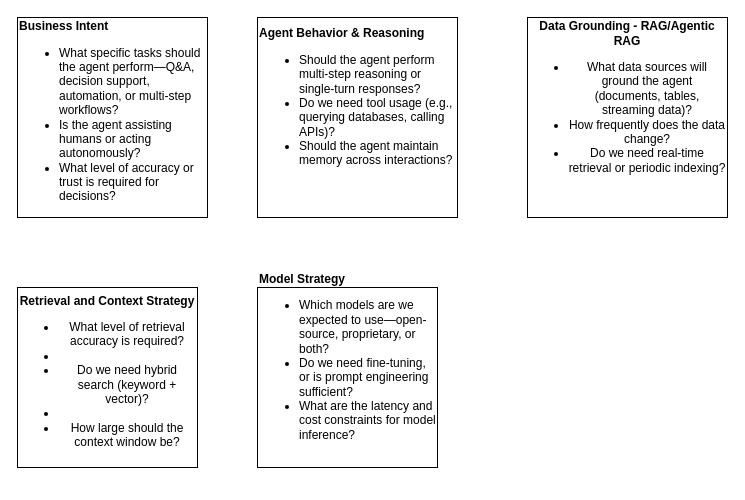
Earlier version of the draw.io diagram Archwb.drawio (balakreshnan/drawioarch). Source tidied: cells renumbered, new cells numbered last; positions are measured from the earlier drawing's top-left corner, leaving out a move shared by most shapes. Both pictures are drawn from the tidied source at 100%, with x=0, y=0 at pixel (17, 17).
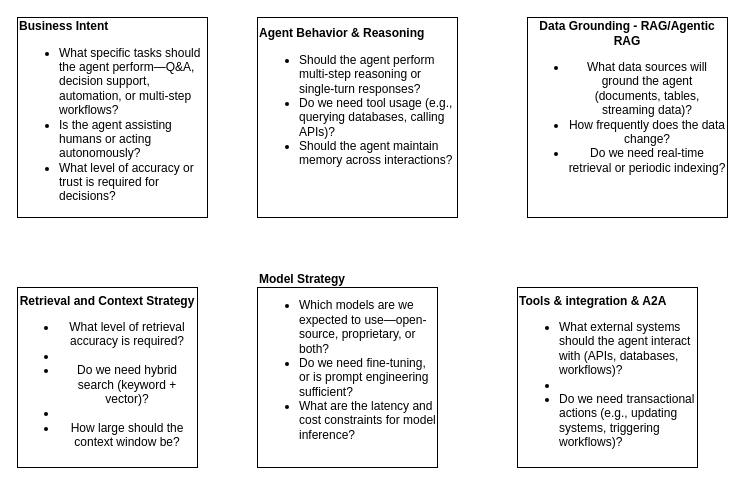
The same page after the edit.

The edit, as a diff of the source:
```diff
@@
 <mxGraphModel>
   <root>
     <mxCell id="0" />
     <mxCell id="1" parent="0" />
     <mxCell id="2" value="&lt;div style=&quot;&quot;&gt;&lt;span style=&quot;background-color: transparent; color: light-dark(rgb(0, 0, 0), rgb(255, 255, 255));&quot;&gt;&lt;b&gt;Business Intent&lt;/b&gt;&lt;/span&gt;&lt;/div&gt;&lt;div style=&quot;&quot;&gt;&lt;ul&gt;&lt;li&gt;What specific tasks should the agent perform—Q&amp;amp;A, decision support, automation, or multi-step workflows?&lt;br&gt;&lt;/li&gt;&lt;li&gt;&lt;span style=&quot;background-color: transparent; color: light-dark(rgb(0, 0, 0), rgb(255, 255, 255));&quot;&gt;Is the agent assisting humans or acting autonomously?&lt;/span&gt;&lt;/li&gt;&lt;li&gt;&lt;span style=&quot;background-color: transparent; color: light-dark(rgb(0, 0, 0), rgb(255, 255, 255));&quot;&gt;What level of accuracy or trust is required for decisions?&lt;/span&gt;&lt;/li&gt;&lt;/ul&gt;&lt;/div&gt;" style="rounded=0;whiteSpace=wrap;html=1;align=left;" parent="1" vertex="1">
       <mxGeometry width="190" height="200" as="geometry" />
     </mxCell>
     <mxCell id="3" value="&lt;b&gt;Agent Behavior &amp;amp; Reasoning&lt;/b&gt;&lt;div&gt;&lt;ul&gt;&lt;li&gt;Should the agent perform multi-step reasoning or single-turn responses?&lt;/li&gt;&lt;li&gt;Do we need tool usage (e.g., querying databases, calling APIs)?&lt;/li&gt;&lt;li&gt;Should the agent maintain memory across interactions?&lt;/li&gt;&lt;/ul&gt;&lt;br&gt;&lt;br&gt;&lt;/div&gt;" style="whiteSpace=wrap;html=1;align=left;" parent="1" vertex="1">
       <mxGeometry x="240" width="200" height="200" as="geometry" />
     </mxCell>
     <mxCell id="4" value="&lt;b&gt;Data Grounding - RAG/Agentic RAG&lt;/b&gt;&lt;div&gt;&lt;ul&gt;&lt;li&gt;What data sources will ground the agent (documents, tables, streaming data)?&lt;/li&gt;&lt;li&gt;How frequently does the data change?&lt;/li&gt;&lt;li&gt;Do we need real-time retrieval or periodic indexing?&lt;/li&gt;&lt;/ul&gt;&lt;br&gt;&lt;br&gt;&lt;/div&gt;" style="whiteSpace=wrap;html=1;" parent="1" vertex="1">
       <mxGeometry x="510" width="200" height="200" as="geometry" />
     </mxCell>
     <mxCell id="5" value="&lt;b&gt;Retrieval and Context Strategy&lt;/b&gt;&lt;div&gt;&lt;ul&gt;&lt;li&gt;What level of retrieval accuracy is required?&lt;/li&gt;&lt;li&gt;&lt;br&gt;&lt;/li&gt;&lt;li&gt;Do we need hybrid search (keyword + vector)?&lt;/li&gt;&lt;li&gt;&lt;br&gt;&lt;/li&gt;&lt;li&gt;How large should the context window be?&lt;/li&gt;&lt;/ul&gt;&lt;/div&gt;" style="whiteSpace=wrap;html=1;" parent="1" vertex="1">
       <mxGeometry y="270" width="180" height="180" as="geometry" />
     </mxCell>
     <mxCell id="6" value="&lt;b&gt;Model Strategy&lt;/b&gt;&lt;div&gt;&lt;ul&gt;&lt;li&gt;Which models are we expected to use—open-source, proprietary, or both?&lt;/li&gt;&lt;li&gt;Do we need fine-tuning, or is prompt engineering sufficient?&lt;/li&gt;&lt;li&gt;What are the latency and cost constraints for model inference?&lt;/li&gt;&lt;/ul&gt;&lt;br/&gt;&lt;br/&gt;&lt;/div&gt;" style="whiteSpace=wrap;html=1;align=left;" parent="1" vertex="1">
       <mxGeometry x="240" y="270" width="180" height="180" as="geometry" />
     </mxCell>
+    <mxCell id="7" value="&lt;b&gt;Tools &amp;amp; integration &amp;amp; A2A&lt;/b&gt;&lt;div&gt;&lt;ul&gt;&lt;li&gt;What external systems should the agent interact with (APIs, databases, workflows)?&lt;/li&gt;&lt;li&gt;&lt;br&gt;&lt;/li&gt;&lt;li&gt;Do we need transactional actions (e.g., updating systems, triggering workflows)?&lt;/li&gt;&lt;/ul&gt;&lt;/div&gt;" style="whiteSpace=wrap;html=1;align=left;" parent="1" vertex="1">
+      <mxGeometry x="500" y="270" width="180" height="180" as="geometry" />
+    </mxCell>
   </root>
 </mxGraphModel>
```
